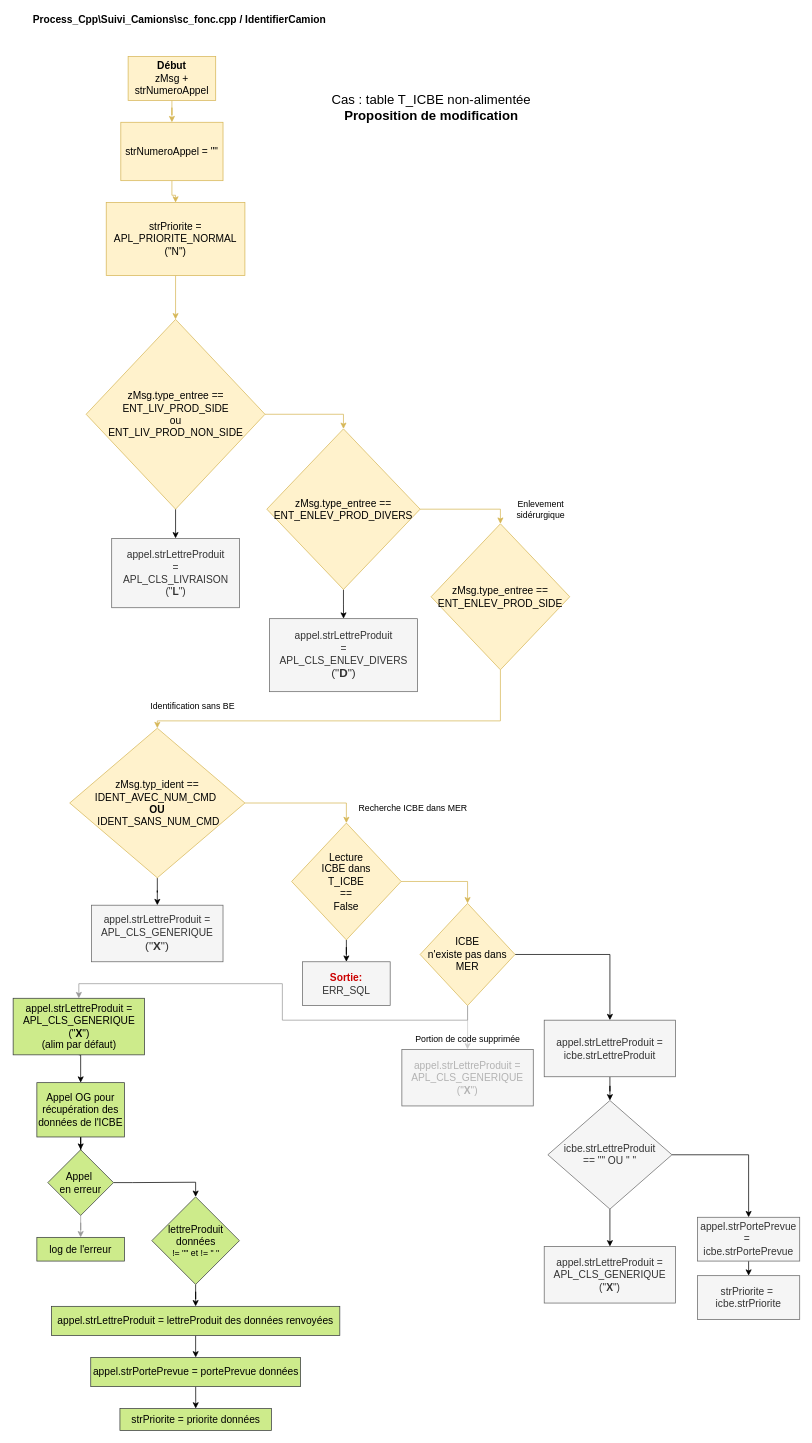
Earlier version of the draw.io diagram MER_sc_fonc_identifierCamion_enlev_sider_modifs2.drawio (wu1f72514/arcGraphs). Source tidied: cells renumbered, new cells numbered last; positions are measured from the earlier drawing's top-left corner, leaving out a move shared by most shapes. Both pictures are drawn from the tidied source at 73%, with x=0, y=0 at pixel (12, 12).
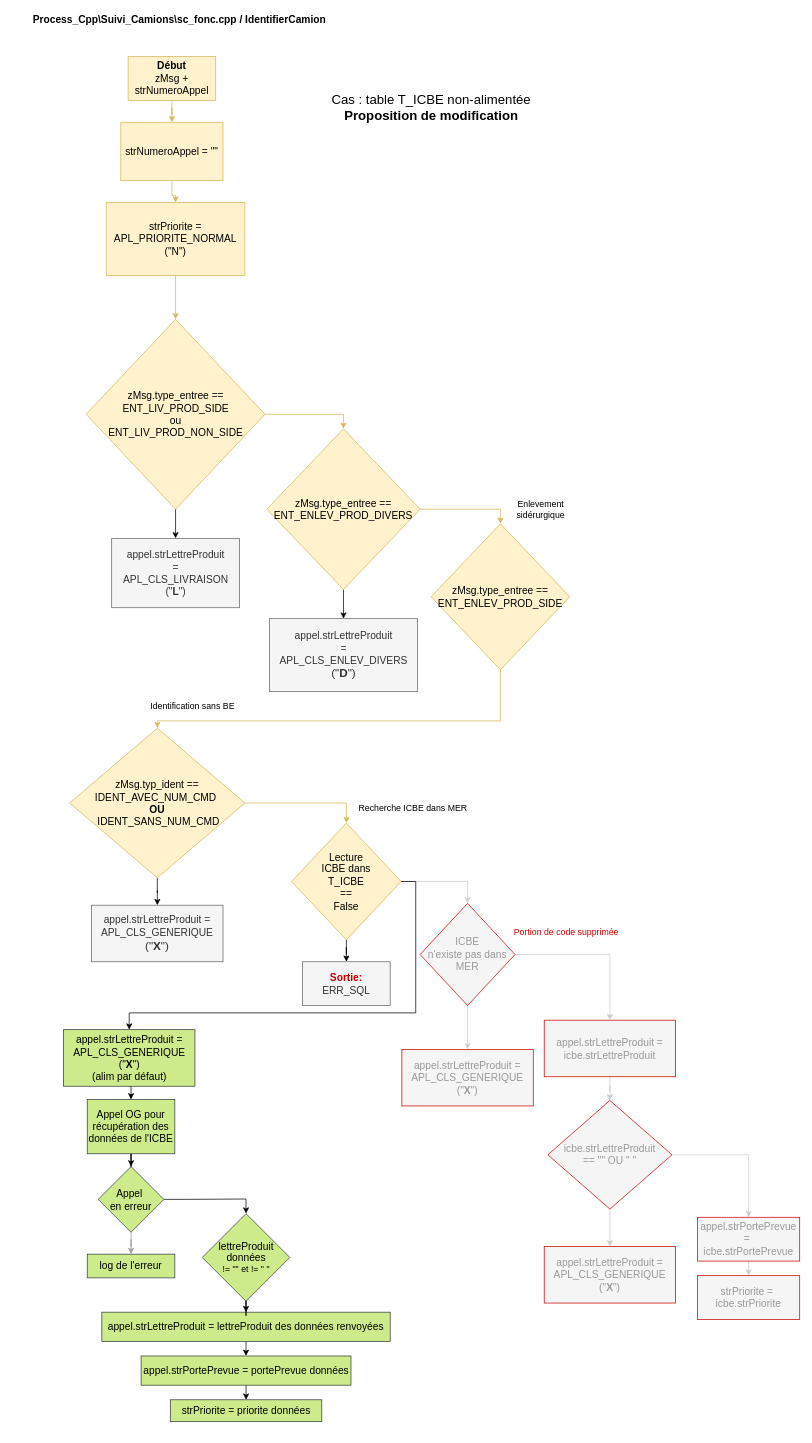
The same diagram, later.

The change refers to these unchanged cells:
```xml
<mxCell id="27" value="Lecture &lt;br&gt;ICBE dans &lt;br&gt;T_ICBE&lt;br&gt;==&lt;br&gt;False" style="rhombus;whiteSpace=wrap;html=1;rounded=0;fontSize=14;strokeColor=#d6b656;fillColor=#fff2cc;" parent="1" vertex="1">
  <mxGeometry x="382" y="1110" width="150" height="160" as="geometry" />
</mxCell>
```

Diff of the diagram source:
```diff
@@
-    <mxCell id="26" style="edgeStyle=orthogonalEdgeStyle;rounded=0;jettySize=auto;html=1;exitX=1;exitY=0.5;exitDx=0;exitDy=0;entryX=0.5;entryY=0;entryDx=0;entryDy=0;fontSize=10;fontColor=#CC0000;fillColor=#fff2cc;strokeColor=#d6b656;" parent="1" edge="1" source="27" target="32">
+    <mxCell id="26" style="edgeStyle=orthogonalEdgeStyle;rounded=0;jettySize=auto;html=1;exitX=1;exitY=0.5;exitDx=0;exitDy=0;entryX=0.5;entryY=0;entryDx=0;entryDy=0;fontSize=10;fontColor=#CC0000;fillColor=#fff2cc;strokeColor=#CCCCCC;" parent="1" edge="1" source="27" target="32">
       <mxGeometry relative="1" as="geometry" />
     </mxCell>
@@
-    <mxCell id="30" style="edgeStyle=orthogonalEdgeStyle;rounded=0;jettySize=auto;html=1;exitX=1;exitY=0.5;exitDx=0;exitDy=0;entryX=0.5;entryY=0;entryDx=0;entryDy=0;fontSize=10;fontColor=#CC0000;" parent="1" edge="1" source="32" target="35">
+    <mxCell id="30" style="edgeStyle=orthogonalEdgeStyle;rounded=0;jettySize=auto;html=1;exitX=1;exitY=0.5;exitDx=0;exitDy=0;entryX=0.5;entryY=0;entryDx=0;entryDy=0;fontSize=10;fontColor=#CC0000;strokeColor=#CCCCCC;" parent="1" edge="1" source="32" target="35">
       <mxGeometry relative="1" as="geometry" />
     </mxCell>
@@
-    <mxCell id="32" value="ICBE &lt;br&gt;n'existe pas dans &lt;br&gt;MER" style="rhombus;whiteSpace=wrap;html=1;rounded=0;fontSize=14;strokeColor=#d6b656;fillColor=#fff2cc;" parent="1" vertex="1">
+    <mxCell id="32" value="&lt;font color=&quot;#999999&quot;&gt;ICBE &lt;br&gt;n'existe pas dans &lt;br&gt;MER&lt;/font&gt;" style="rhombus;whiteSpace=wrap;html=1;rounded=0;fontSize=14;strokeColor=#CC0000;fillColor=#f5f5f5;fontColor=#333333;" parent="1" vertex="1">
       <mxGeometry x="558" y="1220" width="130" height="140" as="geometry" />
     </mxCell>
-    <mxCell id="33" value="&lt;font style=&quot;font-size: 14px&quot; color=&quot;#b3b3b3&quot;&gt;appel.strLettreProduit = APL_CLS_GENERIQUE&lt;br&gt;(&quot;&lt;b&gt;X&lt;/b&gt;&quot;)&lt;/font&gt;" style="whiteSpace=wrap;html=1;rounded=0;fontSize=14;strokeColor=#666666;fillColor=#f5f5f5;fontColor=#333333;" parent="1" vertex="1">
+    <mxCell id="33" value="&lt;font style=&quot;font-size: 14px&quot; color=&quot;#999999&quot;&gt;appel.strLettreProduit = APL_CLS_GENERIQUE&lt;br&gt;(&quot;&lt;b&gt;X&lt;/b&gt;&quot;)&lt;/font&gt;" style="whiteSpace=wrap;html=1;rounded=0;fontSize=14;strokeColor=#CC0000;fillColor=#F5F5F5;fontColor=#333333;" parent="1" vertex="1">
       <mxGeometry x="533" y="1420" width="180" height="77.5" as="geometry" />
     </mxCell>
-    <mxCell id="34" style="edgeStyle=orthogonalEdgeStyle;rounded=0;jettySize=auto;html=1;fontSize=16;" parent="1" edge="1" source="35" target="38">
+    <mxCell id="34" style="edgeStyle=orthogonalEdgeStyle;rounded=0;jettySize=auto;html=1;fontSize=16;strokeColor=#CCCCCC;" parent="1" edge="1" source="35" target="38">
       <mxGeometry relative="1" as="geometry" />
     </mxCell>
-    <mxCell id="35" value="appel.strLettreProduit = icbe.strLettreProduit" style="whiteSpace=wrap;html=1;rounded=0;fontSize=14;fontColor=#333333;strokeColor=#666666;fillColor=#f5f5f5;" parent="1" vertex="1">
+    <mxCell id="35" value="&lt;font color=&quot;#999999&quot;&gt;appel.strLettreProduit = icbe.strLettreProduit&lt;/font&gt;" style="whiteSpace=wrap;html=1;rounded=0;fontSize=14;fontColor=#333333;strokeColor=#CC0000;fillColor=#F5F5F5;" parent="1" vertex="1">
       <mxGeometry x="728" y="1380" width="180" height="77.5" as="geometry" />
     </mxCell>
-    <mxCell id="36" style="edgeStyle=orthogonalEdgeStyle;rounded=0;jettySize=auto;html=1;exitX=0.5;exitY=1;exitDx=0;exitDy=0;fontSize=16;" parent="1" edge="1" source="38" target="39">
+    <mxCell id="36" style="edgeStyle=orthogonalEdgeStyle;rounded=0;jettySize=auto;html=1;exitX=0.5;exitY=1;exitDx=0;exitDy=0;fontSize=16;strokeColor=#CCCCCC;" parent="1" edge="1" source="38" target="39">
       <mxGeometry relative="1" as="geometry" />
     </mxCell>
-    <mxCell id="37" style="edgeStyle=orthogonalEdgeStyle;rounded=0;jettySize=auto;html=1;exitX=1;exitY=0.5;exitDx=0;exitDy=0;fontSize=16;" parent="1" edge="1" source="38" target="41">
+    <mxCell id="37" style="edgeStyle=orthogonalEdgeStyle;rounded=0;jettySize=auto;html=1;exitX=1;exitY=0.5;exitDx=0;exitDy=0;fontSize=16;strokeColor=#CCCCCC;" parent="1" edge="1" source="38" target="41">
       <mxGeometry relative="1" as="geometry" />
     </mxCell>
-    <mxCell id="38" value="&lt;span&gt;icbe.strLettreProduit &lt;br&gt;== &quot;&quot; OU &quot; &quot;&lt;/span&gt;" style="rhombus;whiteSpace=wrap;html=1;rounded=0;fontSize=14;fontColor=#333333;strokeColor=#666666;fillColor=#f5f5f5;" parent="1" vertex="1">
+    <mxCell id="38" value="&lt;span&gt;&lt;font color=&quot;#999999&quot;&gt;icbe.strLettreProduit &lt;br&gt;== &quot;&quot; OU &quot; &quot;&lt;/font&gt;&lt;/span&gt;" style="rhombus;whiteSpace=wrap;html=1;rounded=0;fontSize=14;fontColor=#333333;strokeColor=#CC0000;fillColor=#F5F5F5;" parent="1" vertex="1">
       <mxGeometry x="733" y="1490" width="170" height="148.8" as="geometry" />
     </mxCell>
-    <mxCell id="39" value="&lt;font style=&quot;font-size: 14px&quot;&gt;appel.strLettreProduit = APL_CLS_GENERIQUE&lt;br&gt;(&quot;&lt;b&gt;X&lt;/b&gt;&quot;)&lt;/font&gt;" style="whiteSpace=wrap;html=1;rounded=0;fontSize=14;strokeColor=#666666;fillColor=#f5f5f5;fontColor=#333333;" parent="1" vertex="1">
+    <mxCell id="39" value="&lt;font style=&quot;font-size: 14px&quot; color=&quot;#999999&quot;&gt;appel.strLettreProduit = APL_CLS_GENERIQUE&lt;br&gt;(&quot;&lt;b&gt;X&lt;/b&gt;&quot;)&lt;/font&gt;" style="whiteSpace=wrap;html=1;rounded=0;fontSize=14;strokeColor=#CC0000;fillColor=#F5F5F5;fontColor=#333333;" parent="1" vertex="1">
       <mxGeometry x="728" y="1690" width="180" height="77.5" as="geometry" />
     </mxCell>
-    <mxCell id="40" style="edgeStyle=orthogonalEdgeStyle;rounded=0;jettySize=auto;html=1;exitX=0.5;exitY=1;exitDx=0;exitDy=0;entryX=0.5;entryY=0;entryDx=0;entryDy=0;fontSize=16;" parent="1" edge="1" source="41" target="42">
+    <mxCell id="40" style="edgeStyle=orthogonalEdgeStyle;rounded=0;jettySize=auto;html=1;exitX=0.5;exitY=1;exitDx=0;exitDy=0;entryX=0.5;entryY=0;entryDx=0;entryDy=0;fontSize=16;strokeColor=#CCCCCC;" parent="1" edge="1" source="41" target="42">
       <mxGeometry relative="1" as="geometry" />
     </mxCell>
-    <mxCell id="41" value="appel.strPortePrevue =&amp;nbsp; icbe.strPortePrevue" style="whiteSpace=wrap;html=1;rounded=0;fontSize=14;strokeColor=#666666;fillColor=#f5f5f5;fontColor=#333333;" parent="1" vertex="1">
+    <mxCell id="41" value="&lt;font color=&quot;#999999&quot;&gt;appel.strPortePrevue =&amp;nbsp; icbe.strPortePrevue&lt;/font&gt;" style="whiteSpace=wrap;html=1;rounded=0;fontSize=14;strokeColor=#CC0000;fillColor=#F5F5F5;fontColor=#333333;" parent="1" vertex="1">
       <mxGeometry x="938" y="1650" width="140" height="60" as="geometry" />
     </mxCell>
-    <mxCell id="42" value="strPriorite =&amp;nbsp; icbe.strPriorite" style="whiteSpace=wrap;html=1;rounded=0;fontSize=14;strokeColor=#666666;fillColor=#f5f5f5;fontColor=#333333;" parent="1" vertex="1">
+    <mxCell id="42" value="&lt;font color=&quot;#999999&quot;&gt;strPriorite =&amp;nbsp; icbe.strPriorite&lt;/font&gt;" style="whiteSpace=wrap;html=1;rounded=0;fontSize=14;strokeColor=#CC0000;fillColor=#F5F5F5;fontColor=#333333;" parent="1" vertex="1">
       <mxGeometry x="938" y="1730" width="140" height="60" as="geometry" />
     </mxCell>
@@
-    <mxCell id="44" style="edgeStyle=orthogonalEdgeStyle;rounded=0;jettySize=auto;html=1;exitX=0.5;exitY=1;exitDx=0;exitDy=0;fontColor=#000000;strokeColor=#999999;entryX=0.5;entryY=0;entryDx=0;entryDy=0;" parent="1" edge="1" source="32" target="55">
-      <mxGeometry relative="1" as="geometry" />
+    <mxCell id="44" style="edgeStyle=orthogonalEdgeStyle;rounded=0;jettySize=auto;html=1;exitX=1;exitY=0.5;exitDx=0;exitDy=0;fontColor=#000000;strokeColor=#000000;entryX=0.5;entryY=0;entryDx=0;entryDy=0;" parent="1" edge="1" source="27" target="55">
+      <mxGeometry relative="1" as="geometry">
+        <Array as="points">
+          <mxPoint x="552" y="1190" />
+          <mxPoint x="552" y="1370" />
+          <mxPoint x="160" y="1370" />
+        </Array>
+      </mxGeometry>
     </mxCell>
@@
     <mxCell id="46" value="&lt;font style=&quot;font-size: 14px&quot;&gt;Appel OG pour&lt;br&gt;récupération des données de l'ICBE&lt;/font&gt;" style="rounded=0;whiteSpace=wrap;html=1;strokeColor=#36393d;fillColor=#cdeb8b;" parent="1" vertex="1">
-      <mxGeometry x="33" y="1465.6" width="120" height="74.4" as="geometry" />
+      <mxGeometry x="102" y="1488.6" width="120" height="74.4" as="geometry" />
     </mxCell>
@@
     <mxCell id="49" value="&lt;font style=&quot;font-size: 14px&quot;&gt;Appel&amp;nbsp;&lt;br&gt;en erreur&lt;/font&gt;" style="rhombus;whiteSpace=wrap;html=1;rounded=0;strokeColor=#36393d;fillColor=#cdeb8b;" parent="1" vertex="1">
-      <mxGeometry x="48" y="1557.5" width="90" height="90" as="geometry" />
+      <mxGeometry x="117" y="1580.5" width="90" height="90" as="geometry" />
     </mxCell>
     <mxCell id="50" value="&lt;font style=&quot;font-size: 14px&quot;&gt;log de l'erreur&lt;/font&gt;" style="whiteSpace=wrap;html=1;rounded=0;strokeColor=#36393d;fillColor=#cdeb8b;" parent="1" vertex="1">
-      <mxGeometry x="33" y="1677.5" width="120" height="32.5" as="geometry" />
+      <mxGeometry x="102" y="1700.5" width="120" height="32.5" as="geometry" />
     </mxCell>
@@
     <mxCell id="52" value="&lt;font style=&quot;font-size: 14px&quot;&gt;appel.strLettreProduit = lettreProduit des données renvoyées&lt;/font&gt;" style="whiteSpace=wrap;html=1;rounded=0;strokeColor=#36393d;fillColor=#cdeb8b;" parent="1" vertex="1">
-      <mxGeometry x="53" y="1772" width="395" height="40" as="geometry" />
+      <mxGeometry x="122" y="1780" width="395" height="40" as="geometry" />
     </mxCell>
-    <mxCell id="53" value="&lt;font color=&quot;#000000&quot;&gt;Portion de code supprimée&lt;/font&gt;" style="text;html=1;align=center;verticalAlign=middle;strokeColor=none;fillColor=none;fontColor=#B3B3B3;" parent="1" vertex="1">
-      <mxGeometry x="543" y="1396" width="160" height="20" as="geometry" />
+    <mxCell id="53" value="&lt;font color=&quot;#cc0000&quot;&gt;Portion de code supprimée&lt;/font&gt;" style="text;html=1;align=center;verticalAlign=middle;strokeColor=none;fillColor=none;fontColor=#B3B3B3;" parent="1" vertex="1">
+      <mxGeometry x="678" y="1250" width="160" height="20" as="geometry" />
     </mxCell>
@@
     <mxCell id="55" value="&lt;font style=&quot;font-size: 14px&quot;&gt;&lt;font style=&quot;font-size: 14px&quot;&gt;appel.strLettreProduit = APL_CLS_GENERIQUE&lt;/font&gt;&lt;br&gt;&lt;font style=&quot;font-size: 14px&quot;&gt;(&quot;&lt;b&gt;X&lt;/b&gt;&quot;)&lt;br&gt;(alim par défaut)&lt;br&gt;&lt;/font&gt;&lt;/font&gt;" style="whiteSpace=wrap;html=1;rounded=0;fontSize=14;strokeColor=#36393d;fillColor=#cdeb8b;" parent="1" vertex="1">
-      <mxGeometry x="0.5" y="1350" width="180" height="77.5" as="geometry" />
+      <mxGeometry x="69.5" y="1393" width="180" height="77.5" as="geometry" />
     </mxCell>
@@
     <mxCell id="57" value="&lt;span style=&quot;font-size: 14px&quot;&gt;lettreProduit données&lt;br&gt;&lt;/span&gt;!= &quot;&quot; et != &quot; &quot;" style="rhombus;whiteSpace=wrap;html=1;rounded=0;strokeColor=#36393d;fillColor=#cdeb8b;" parent="1" vertex="1">
-      <mxGeometry x="190.5" y="1622" width="120" height="120" as="geometry" />
+      <mxGeometry x="259.5" y="1645" width="120" height="120" as="geometry" />
     </mxCell>
@@
     <mxCell id="59" value="appel.strPortePrevue = portePrevue données" style="whiteSpace=wrap;html=1;rounded=0;fontSize=14;strokeColor=#36393d;fillColor=#cdeb8b;" parent="1" vertex="1">
-      <mxGeometry x="106.8" y="1842" width="287.5" height="40" as="geometry" />
+      <mxGeometry x="175.8" y="1840" width="287.5" height="40" as="geometry" />
     </mxCell>
     <mxCell id="60" value="strPriorite = priorite données" style="whiteSpace=wrap;html=1;rounded=0;fontSize=14;strokeColor=#36393d;fillColor=#cdeb8b;" parent="1" vertex="1">
-      <mxGeometry x="146.8" y="1912" width="207.5" height="30" as="geometry" />
+      <mxGeometry x="215.8" y="1900" width="207.5" height="30" as="geometry" />
     </mxCell>
```
